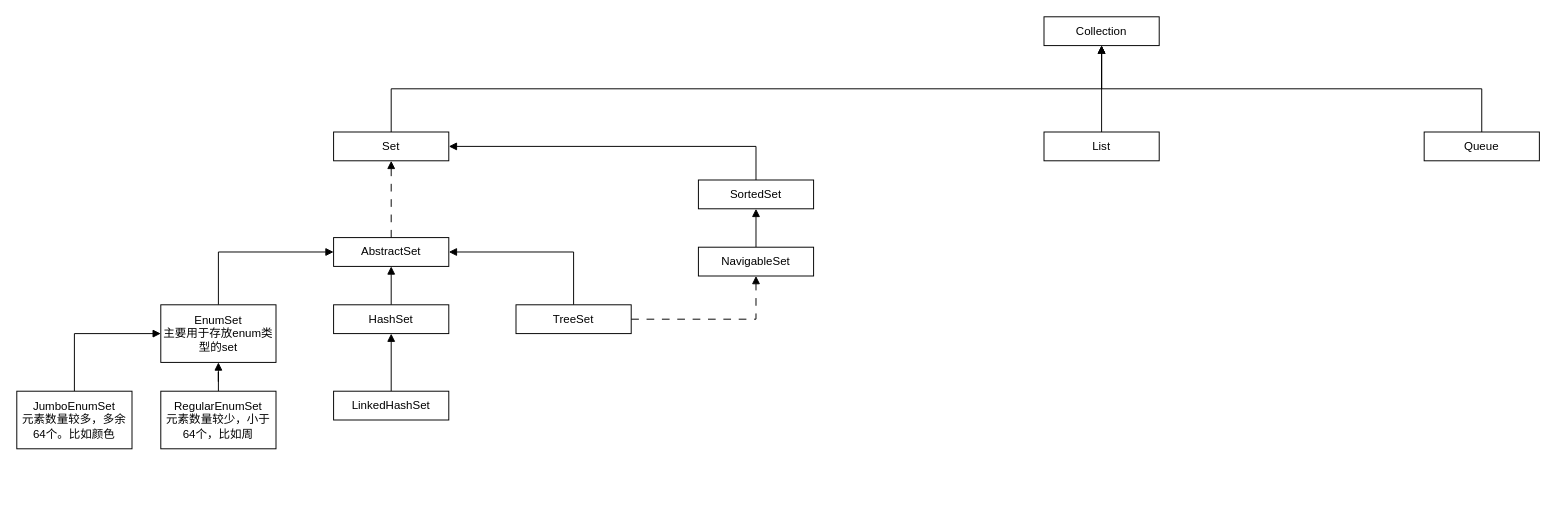
This is java-collection.drawio from Forri1996/draw.io, a draw.io file, before an edit. Source tidied: cells renumbered, new cells numbered last; positions are measured from the earlier drawing's top-left corner, leaving out a move shared by most shapes. Both pictures are drawn from the tidied source at 96%, with x=0, y=0 at pixel (16, 16).
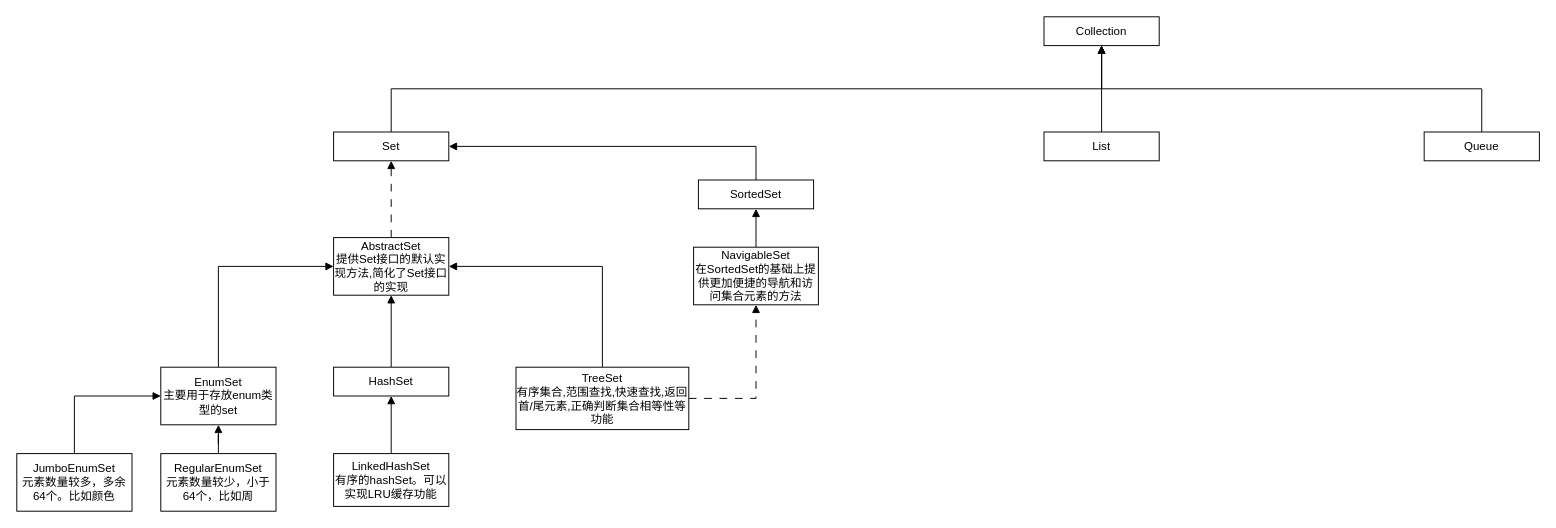
Above is the later version.

Commit message:
set集合注释添加

The edit, as a diff of the source:
```diff
@@
-    <mxCell id="10" value="AbstractSet" style="rounded=0;whiteSpace=wrap;html=1;" parent="1" vertex="1">
-      <mxGeometry x="330" y="230" width="120" height="30" as="geometry" />
+    <mxCell id="10" value="AbstractSet&lt;br&gt;提供Set接口的默认实现方法,简化了Set接口的实现" style="rounded=0;whiteSpace=wrap;html=1;" parent="1" vertex="1">
+      <mxGeometry x="330" y="230" width="120" height="60" as="geometry" />
     </mxCell>
@@
     <mxCell id="12" value="HashSet" style="rounded=0;whiteSpace=wrap;html=1;" parent="1" vertex="1">
-      <mxGeometry x="330" y="300" width="120" height="30" as="geometry" />
+      <mxGeometry x="330" y="365" width="120" height="30" as="geometry" />
     </mxCell>
@@
     <mxCell id="14" value="EnumSet&lt;br&gt;主要用于存放enum类型的set" style="rounded=0;whiteSpace=wrap;html=1;" parent="1" vertex="1">
-      <mxGeometry x="150" y="300" width="120" height="60" as="geometry" />
+      <mxGeometry x="150" y="365" width="120" height="60" as="geometry" />
     </mxCell>
@@
-    <mxCell id="17" value="TreeSet" style="rounded=0;whiteSpace=wrap;html=1;" parent="1" vertex="1">
-      <mxGeometry x="520" y="300" width="120" height="30" as="geometry" />
+    <mxCell id="17" value="TreeSet&lt;br&gt;有序集合,范围查找,快速查找,返回首/尾元素,正确判断集合相等性等功能" style="rounded=0;whiteSpace=wrap;html=1;" parent="1" vertex="1">
+      <mxGeometry x="520" y="365" width="180" height="65" as="geometry" />
     </mxCell>
@@
-    <mxCell id="19" value="LinkedHashSet" style="rounded=0;whiteSpace=wrap;html=1;" parent="1" vertex="1">
-      <mxGeometry x="330" y="390" width="120" height="30" as="geometry" />
+    <mxCell id="19" value="LinkedHashSet&lt;br&gt;有序的hashSet。可以实现LRU缓存功能" style="rounded=0;whiteSpace=wrap;html=1;" parent="1" vertex="1">
+      <mxGeometry x="330" y="455" width="120" height="55" as="geometry" />
     </mxCell>
@@
     <mxCell id="23" value="JumboEnumSet&lt;br&gt;元素数量较多，多余64个。比如颜色" style="rounded=0;whiteSpace=wrap;html=1;" parent="1" vertex="1">
-      <mxGeometry y="390" width="120" height="60" as="geometry" />
+      <mxGeometry y="455" width="120" height="60" as="geometry" />
     </mxCell>
@@
     <mxCell id="25" value="RegularEnumSet&lt;br&gt;元素数量较少，小于64个，比如周" style="rounded=0;whiteSpace=wrap;html=1;" parent="1" vertex="1">
-      <mxGeometry x="150" y="390" width="120" height="60" as="geometry" />
+      <mxGeometry x="150" y="455" width="120" height="60" as="geometry" />
     </mxCell>
@@
-    <mxCell id="27" value="NavigableSet" style="rounded=0;whiteSpace=wrap;html=1;" parent="1" vertex="1">
-      <mxGeometry x="710" y="240" width="120" height="30" as="geometry" />
+    <mxCell id="27" value="NavigableSet&lt;br&gt;在SortedSet的基础上提供更加便捷的导航和访问集合元素的方法" style="rounded=0;whiteSpace=wrap;html=1;" parent="1" vertex="1">
+      <mxGeometry x="705" y="240" width="130" height="60" as="geometry" />
     </mxCell>
```
